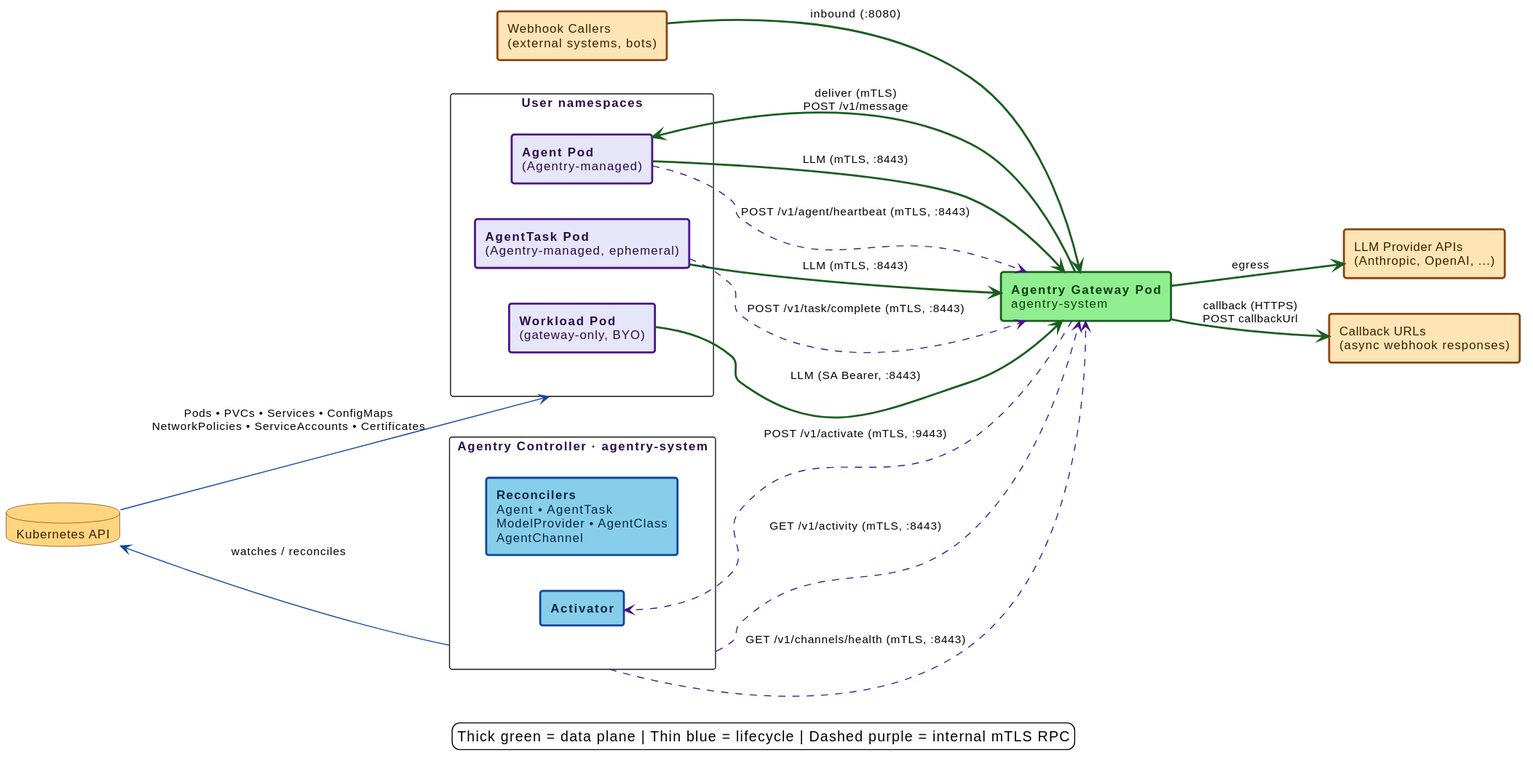
The PlantUML diagram docs/src/diagrams/system-topology.svg in win07xp/kaalm, before a commit. Its diagram source:
```plantuml
@startuml
skinparam backgroundColor transparent
skinparam shadowing false
skinparam defaultFontName Helvetica
skinparam defaultFontSize 12
skinparam ArrowFontSize 11
skinparam rectangle {
  FontColor #2a0a4a
}
skinparam database {
  BackgroundColor #FFD580
  BorderColor #7a3f00
  FontColor #3a1f00
}
left to right direction

rectangle "Webhook Callers\n(external systems, bots)" as webhooks #back:FFE4B5;line:8B4513;line.bold;text:3a1f00

rectangle "**Agentry Gateway Pod**\nagentry-system" as gw #back:90EE90;line:1B5E20;line.bold;text:0b3d0b

rectangle "User namespaces" as users {
  rectangle "**Agent Pod**\n(Agentry-managed)" as agentC #back:E6E6FA;line:4A148C;line.bold;text:2a0a4a
  rectangle "**AgentTask Pod**\n(Agentry-managed, ephemeral)" as agentTaskC #back:E6E6FA;line:4A148C;line.bold;text:2a0a4a
  rectangle "**Workload Pod**\n(gateway-only, BYO)" as workloadC #back:E6E6FA;line:4A148C;line.bold;text:2a0a4a
}

rectangle "LLM Provider APIs\n(Anthropic, OpenAI, ...)" as providers #back:FFE4B5;line:8B4513;line.bold;text:3a1f00
rectangle "Callback URLs\n(async webhook responses)" as callbacks #back:FFE4B5;line:8B4513;line.bold;text:3a1f00

rectangle "Agentry Controller · agentry-system" as ctrl {
  rectangle "**Reconcilers**\nAgent • AgentTask\nModelProvider • AgentClass\nAgentChannel" as recs #back:87CEEB;line:0D47A1;line.bold;text:0a2540
  rectangle "**Activator**" as activator #back:87CEEB;line:0D47A1;line.bold;text:0a2540
}
database "Kubernetes API" as apiserver

webhooks -[#1B5E20,bold]-> gw : inbound (:8080)
gw -[#1B5E20,bold]-> agentC : deliver (mTLS)\nPOST /v1/message
gw -[#1B5E20,bold]-> callbacks : callback (HTTPS)\nPOST callbackUrl
agentC -[#1B5E20,bold]-> gw : LLM (mTLS, :8443)
agentTaskC -[#1B5E20,bold]-> gw : LLM (mTLS, :8443)
workloadC -[#1B5E20,bold]-> gw : LLM (SA Bearer, :8443)
gw -[#1B5E20,bold]-> providers : egress

ctrl -[#0D47A1]-> apiserver : watches / reconciles
apiserver -[#0D47A1]-> users : Pods • PVCs • Services • ConfigMaps\nNetworkPolicies • ServiceAccounts • Certificates

gw .[#4A148C].> activator : POST /v1/activate (mTLS, :9443)
ctrl .[#4A148C].> gw : GET /v1/activity (mTLS, :8443)
ctrl .[#4A148C].> gw : GET /v1/channels/health (mTLS, :8443)
agentC .[#4A148C].> gw : POST /v1/agent/heartbeat (mTLS, :8443)
agentTaskC .[#4A148C].> gw : POST /v1/task/complete (mTLS, :8443)

legend bottom
  Thick green = data plane | Thin blue = lifecycle | Dashed purple = internal mTLS RPC
endlegend
@enduml
```
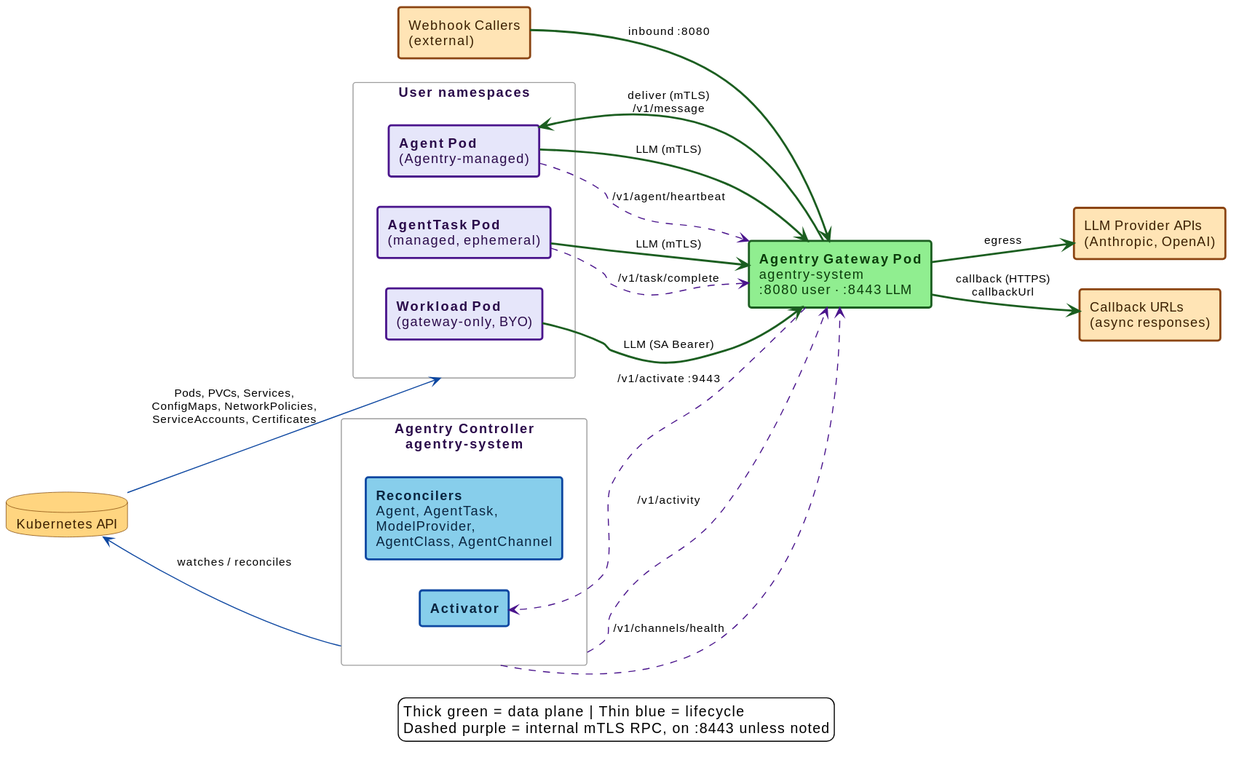
The same diagram one commit later.

The edit, as a diff of the source:
```diff
@@ -1,56 +1,45 @@
 @startuml
-skinparam backgroundColor transparent
-skinparam shadowing false
-skinparam defaultFontName Helvetica
-skinparam defaultFontSize 12
-skinparam ArrowFontSize 11
-skinparam rectangle {
-  FontColor #2a0a4a
-}
-skinparam database {
-  BackgroundColor #FFD580
-  BorderColor #7a3f00
-  FontColor #3a1f00
-}
+!include _style.puml
 left to right direction
 
-rectangle "Webhook Callers\n(external systems, bots)" as webhooks #back:FFE4B5;line:8B4513;line.bold;text:3a1f00
+rectangle "Webhook Callers\n(external)" as webhooks #back:FFE4B5;line:8B4513;line.bold;text:3a1f00
 
-rectangle "**Agentry Gateway Pod**\nagentry-system" as gw #back:90EE90;line:1B5E20;line.bold;text:0b3d0b
+rectangle "**Agentry Gateway Pod**\nagentry-system\n:8080 user · :8443 LLM" as gw #back:90EE90;line:1B5E20;line.bold;text:0b3d0b
 
 rectangle "User namespaces" as users {
   rectangle "**Agent Pod**\n(Agentry-managed)" as agentC #back:E6E6FA;line:4A148C;line.bold;text:2a0a4a
-  rectangle "**AgentTask Pod**\n(Agentry-managed, ephemeral)" as agentTaskC #back:E6E6FA;line:4A148C;line.bold;text:2a0a4a
+  rectangle "**AgentTask Pod**\n(managed, ephemeral)" as agentTaskC #back:E6E6FA;line:4A148C;line.bold;text:2a0a4a
   rectangle "**Workload Pod**\n(gateway-only, BYO)" as workloadC #back:E6E6FA;line:4A148C;line.bold;text:2a0a4a
 }
 
-rectangle "LLM Provider APIs\n(Anthropic, OpenAI, ...)" as providers #back:FFE4B5;line:8B4513;line.bold;text:3a1f00
-rectangle "Callback URLs\n(async webhook responses)" as callbacks #back:FFE4B5;line:8B4513;line.bold;text:3a1f00
+rectangle "LLM Provider APIs\n(Anthropic, OpenAI)" as providers #back:FFE4B5;line:8B4513;line.bold;text:3a1f00
+rectangle "Callback URLs\n(async responses)" as callbacks #back:FFE4B5;line:8B4513;line.bold;text:3a1f00
 
-rectangle "Agentry Controller · agentry-system" as ctrl {
-  rectangle "**Reconcilers**\nAgent • AgentTask\nModelProvider • AgentClass\nAgentChannel" as recs #back:87CEEB;line:0D47A1;line.bold;text:0a2540
+rectangle "Agentry Controller\nagentry-system" as ctrl {
+  rectangle "**Reconcilers**\nAgent, AgentTask,\nModelProvider,\nAgentClass, AgentChannel" as recs #back:87CEEB;line:0D47A1;line.bold;text:0a2540
   rectangle "**Activator**" as activator #back:87CEEB;line:0D47A1;line.bold;text:0a2540
 }
 database "Kubernetes API" as apiserver
 
-webhooks -[#1B5E20,bold]-> gw : inbound (:8080)
-gw -[#1B5E20,bold]-> agentC : deliver (mTLS)\nPOST /v1/message
-gw -[#1B5E20,bold]-> callbacks : callback (HTTPS)\nPOST callbackUrl
-agentC -[#1B5E20,bold]-> gw : LLM (mTLS, :8443)
-agentTaskC -[#1B5E20,bold]-> gw : LLM (mTLS, :8443)
-workloadC -[#1B5E20,bold]-> gw : LLM (SA Bearer, :8443)
+webhooks -[#1B5E20,bold]-> gw : inbound :8080
+gw -[#1B5E20,bold]-> agentC : deliver (mTLS)\n/v1/message
+gw -[#1B5E20,bold]-> callbacks : callback (HTTPS)\ncallbackUrl
+agentC -[#1B5E20,bold]-> gw : LLM (mTLS)
+agentTaskC -[#1B5E20,bold]-> gw : LLM (mTLS)
+workloadC -[#1B5E20,bold]-> gw : LLM (SA Bearer)
 gw -[#1B5E20,bold]-> providers : egress
 
 ctrl -[#0D47A1]-> apiserver : watches / reconciles
-apiserver -[#0D47A1]-> users : Pods • PVCs • Services • ConfigMaps\nNetworkPolicies • ServiceAccounts • Certificates
+apiserver -[#0D47A1]-> users : Pods, PVCs, Services,\nConfigMaps, NetworkPolicies,\nServiceAccounts, Certificates
 
-gw .[#4A148C].> activator : POST /v1/activate (mTLS, :9443)
-ctrl .[#4A148C].> gw : GET /v1/activity (mTLS, :8443)
-ctrl .[#4A148C].> gw : GET /v1/channels/health (mTLS, :8443)
-agentC .[#4A148C].> gw : POST /v1/agent/heartbeat (mTLS, :8443)
-agentTaskC .[#4A148C].> gw : POST /v1/task/complete (mTLS, :8443)
+gw .[#4A148C].> activator : /v1/activate :9443
+ctrl .[#4A148C].> gw : /v1/activity
+ctrl .[#4A148C].> gw : /v1/channels/health
+agentC .[#4A148C].> gw : /v1/agent/heartbeat
+agentTaskC .[#4A148C].> gw : /v1/task/complete
 
 legend bottom
-  Thick green = data plane | Thin blue = lifecycle | Dashed purple = internal mTLS RPC
+  Thick green = data plane | Thin blue = lifecycle
+  Dashed purple = internal mTLS RPC, on :8443 unless noted
 endlegend
 @enduml
```
